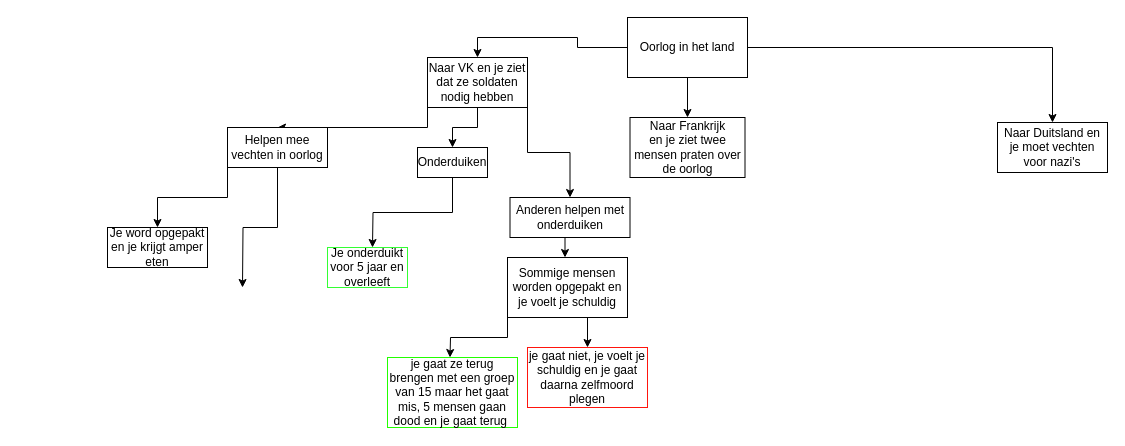
The draw.io diagram Untitled Diagram.drawio in seanras02/m1Hello.You, before the edit. Source tidied: cells renumbered, new cells numbered last; positions are measured from the earlier drawing's top-left corner, leaving out a move shared by most shapes. Both pictures are drawn from the tidied source at 100%, with x=0, y=0 at pixel (107, 17).
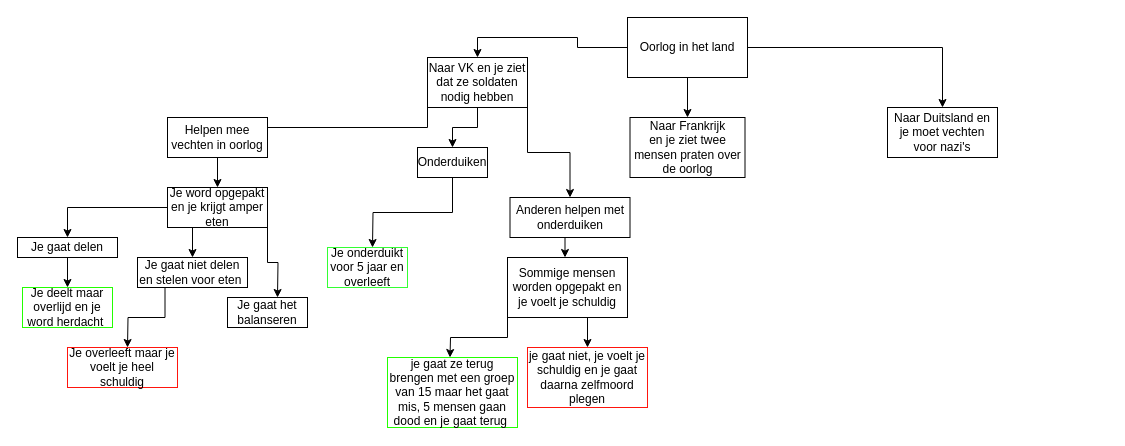
The same diagram, later.

Commit message:
flowchart lool

What changed in the source:
```diff
@@
     <mxCell id="11" value="Naar Duitsland en je moet vechten voor nazi's" style="rounded=0;whiteSpace=wrap;html=1;fontFamily=Helvetica;" parent="1" vertex="1">
-      <mxGeometry x="890" y="105" width="110" height="50" as="geometry" />
+      <mxGeometry x="780" y="90" width="110" height="50" as="geometry" />
     </mxCell>
-    <mxCell id="12" style="edgeStyle=orthogonalEdgeStyle;rounded=0;jettySize=auto;html=1;exitX=0;exitY=1;exitDx=0;exitDy=0;entryX=0.5;entryY=0;entryDx=0;entryDy=0;fontFamily=Helvetica;" parent="1" edge="1" source="14" target="19">
+    <mxCell id="12" style="edgeStyle=orthogonalEdgeStyle;rounded=0;jettySize=auto;html=1;exitX=0.5;exitY=1;exitDx=0;exitDy=0;entryX=0.5;entryY=0;entryDx=0;entryDy=0;" parent="1" edge="1" source="14" target="19">
       <mxGeometry relative="1" as="geometry" />
     </mxCell>
-    <mxCell id="13" style="edgeStyle=orthogonalEdgeStyle;rounded=0;jettySize=auto;html=1;fontFamily=Helvetica;" parent="1" edge="1" source="14">
-      <mxGeometry relative="1" as="geometry">
-        <mxPoint x="135" y="270" as="targetPoint" />
-      </mxGeometry>
-    </mxCell>
     <mxCell id="14" value="Helpen mee vechten in oorlog" style="rounded=0;whiteSpace=wrap;html=1;fontFamily=Helvetica;" parent="1" vertex="1">
-      <mxGeometry x="120" y="110" width="100" height="40" as="geometry" />
+      <mxGeometry x="60" y="100" width="100" height="40" as="geometry" />
     </mxCell>
@@
+    <mxCell id="27" style="edgeStyle=orthogonalEdgeStyle;rounded=0;jettySize=auto;html=1;exitX=0;exitY=0.5;exitDx=0;exitDy=0;entryX=0.5;entryY=0;entryDx=0;entryDy=0;" parent="1" edge="1" source="19" target="31">
+      <mxGeometry relative="1" as="geometry" />
+    </mxCell>
+    <mxCell id="28" style="edgeStyle=orthogonalEdgeStyle;rounded=0;jettySize=auto;html=1;exitX=0.25;exitY=1;exitDx=0;exitDy=0;entryX=0.5;entryY=0;entryDx=0;entryDy=0;" parent="1" edge="1" source="19" target="33">
+      <mxGeometry relative="1" as="geometry" />
+    </mxCell>
+    <mxCell id="29" style="edgeStyle=orthogonalEdgeStyle;rounded=0;jettySize=auto;html=1;exitX=1;exitY=1;exitDx=0;exitDy=0;" parent="1" edge="1" source="19">
+      <mxGeometry relative="1" as="geometry">
+        <mxPoint x="170" y="280" as="targetPoint" />
+      </mxGeometry>
+    </mxCell>
     <mxCell id="19" value="Je word opgepakt en je krijgt amper eten" style="rounded=0;whiteSpace=wrap;html=1;fontFamily=Helvetica;" parent="1" vertex="1">
-      <mxGeometry y="210" width="100" height="40" as="geometry" />
+      <mxGeometry x="60" y="170" width="100" height="40" as="geometry" />
     </mxCell>
@@
+    <mxCell id="30" style="edgeStyle=orthogonalEdgeStyle;rounded=0;jettySize=auto;html=1;exitX=0.5;exitY=1;exitDx=0;exitDy=0;" parent="1" edge="1" source="31">
+      <mxGeometry relative="1" as="geometry">
+        <mxPoint x="-40" y="270" as="targetPoint" />
+      </mxGeometry>
+    </mxCell>
+    <mxCell id="31" value="Je gaat delen" style="rounded=0;whiteSpace=wrap;html=1;" parent="1" vertex="1">
+      <mxGeometry x="-90" y="220" width="100" height="20" as="geometry" />
+    </mxCell>
+    <mxCell id="32" style="edgeStyle=orthogonalEdgeStyle;rounded=0;jettySize=auto;html=1;exitX=0.25;exitY=1;exitDx=0;exitDy=0;" parent="1" edge="1" source="33">
+      <mxGeometry relative="1" as="geometry">
+        <mxPoint x="20" y="330" as="targetPoint" />
+      </mxGeometry>
+    </mxCell>
+    <mxCell id="33" value="Je gaat niet delen en stelen voor eten&amp;nbsp;" style="rounded=0;whiteSpace=wrap;html=1;" parent="1" vertex="1">
+      <mxGeometry x="30" y="240" width="110" height="30" as="geometry" />
+    </mxCell>
+    <mxCell id="34" value="Je gaat het balanseren" style="rounded=0;whiteSpace=wrap;html=1;" parent="1" vertex="1">
+      <mxGeometry x="120" y="280" width="80" height="30" as="geometry" />
+    </mxCell>
+    <mxCell id="35" value="Je overleeft maar je voelt je heel schuldig" style="rounded=0;whiteSpace=wrap;html=1;strokeColor=#FF150D;" parent="1" vertex="1">
+      <mxGeometry x="-40" y="330" width="110" height="40" as="geometry" />
+    </mxCell>
+    <mxCell id="36" value="Je deelt maar overlijd en je word herdacht&amp;nbsp;" style="rounded=0;whiteSpace=wrap;html=1;strokeColor=#22FF00;" parent="1" vertex="1">
+      <mxGeometry x="-85" y="270" width="90" height="40" as="geometry" />
+    </mxCell>
```
